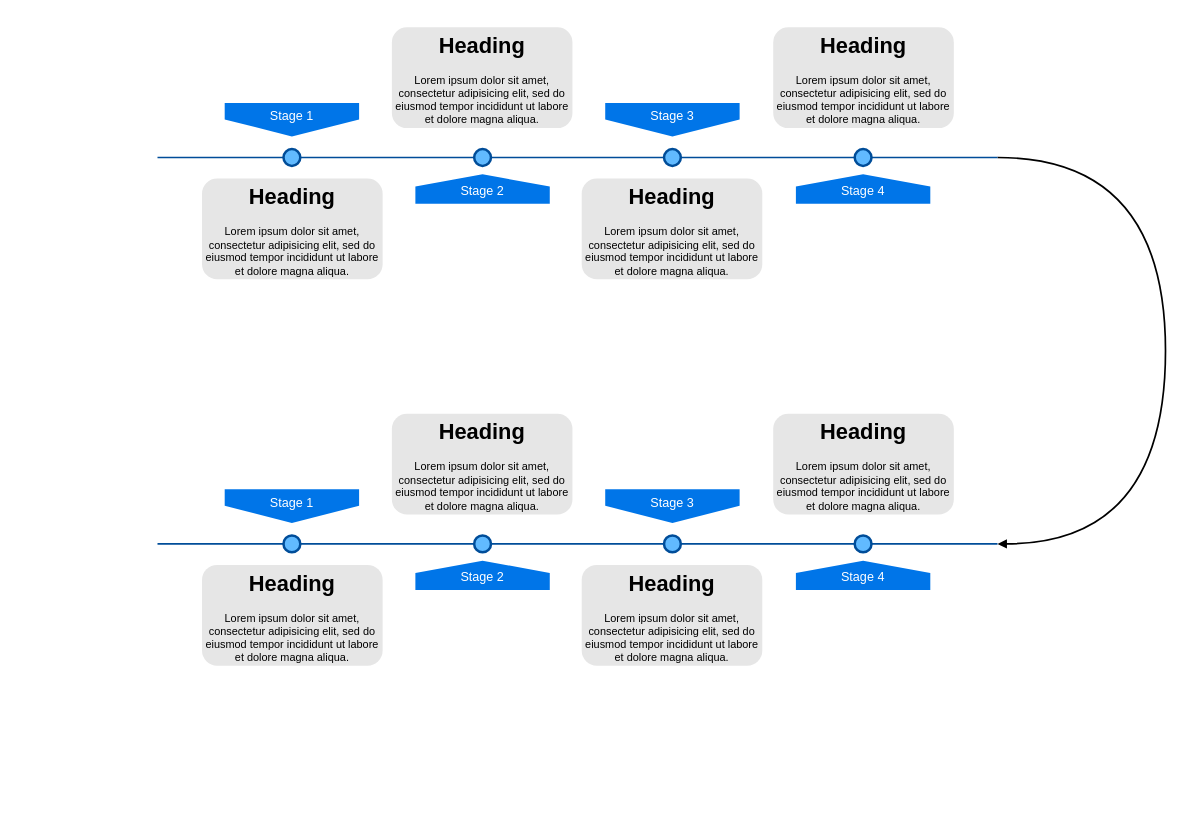
Above: Time-series analysis development.drawio in noinget/wuhan2020 (draw.io), before the change. Source tidied: cells renumbered, new cells numbered last; positions are measured from the earlier drawing's top-left corner, leaving out a move shared by most shapes. Both pictures are drawn from the tidied source at 84%, with x=0, y=0 at pixel (157, 27).
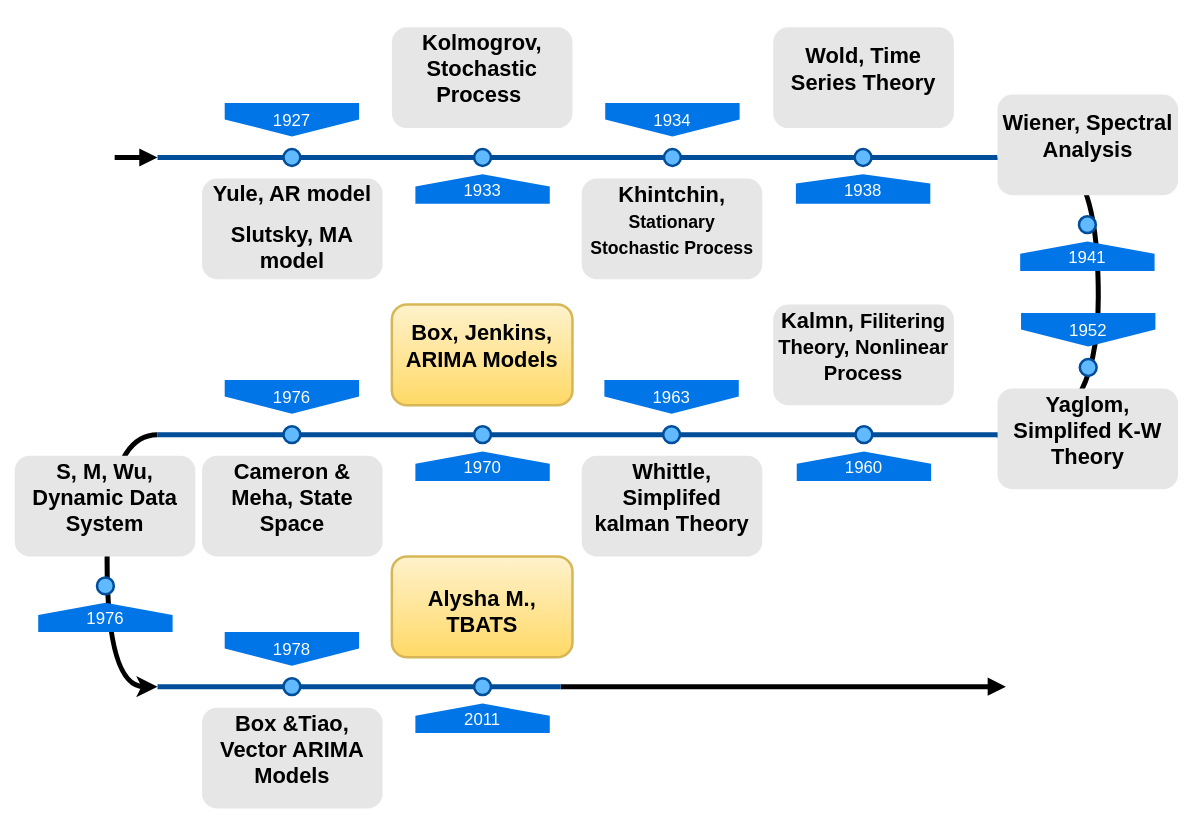
The same page after the edit.

Diff of the diagram source:
```diff
@@
-    <mxCell id="2" style="edgeStyle=orthogonalEdgeStyle;rounded=0;jettySize=auto;html=1;entryX=1;entryY=0.5;entryDx=0;entryDy=0;entryPerimeter=0;exitX=1;exitY=0.5;exitDx=0;exitDy=0;exitPerimeter=0;curved=1;endArrow=block;endFill=1;strokeWidth=2;" parent="1" edge="1" source="3" target="16">
+    <mxCell id="2" style="edgeStyle=orthogonalEdgeStyle;rounded=0;jettySize=auto;html=1;entryX=0.994;entryY=0.538;entryDx=0;entryDy=0;entryPerimeter=0;exitX=1;exitY=0.5;exitDx=0;exitDy=0;exitPerimeter=0;curved=1;endArrow=block;endFill=1;strokeWidth=6;verticalAlign=middle;" parent="1" edge="1" source="3" target="16">
       <mxGeometry relative="1" as="geometry">
         <Array as="points">
-          <mxPoint x="1200" y="155" />
-          <mxPoint x="1200" y="615" />
+          <mxPoint x="1000" y="156" />
+          <mxPoint x="1120" y="156" />
+          <mxPoint x="1120" y="485" />
         </Array>
       </mxGeometry>
     </mxCell>
+    <mxCell id="29" style="edgeStyle=orthogonalEdgeStyle;curved=1;rounded=0;jettySize=auto;html=1;strokeWidth=6;fontSize=20;fontColor=#FFFFFF;startArrow=block;startFill=1;endArrow=none;endFill=0;verticalAlign=middle;" parent="1" edge="1" source="3">
+      <mxGeometry relative="1" as="geometry">
+        <mxPoint x="-51" y="155" as="targetPoint" />
+      </mxGeometry>
+    </mxCell>
-    <mxCell id="3" style="line;strokeWidth=2;html=1;fillColor=none;fontSize=28;fontColor=#004D99;strokeColor=#004D99;" parent="1" vertex="1">
+    <mxCell id="3" style="line;strokeWidth=6;html=1;fillColor=none;fontSize=28;fontColor=#004D99;strokeColor=#004D99;verticalAlign=middle;" parent="1" vertex="1">
       <mxGeometry y="150" width="1000" height="10" as="geometry" />
     </mxCell>
-    <mxCell id="4" value="Stage 1" style="shape=offPageConnector;whiteSpace=wrap;html=1;fillColor=#0075E8;fontSize=15;fontColor=#FFFFFF;size=0.5093750000000015;verticalAlign=top;strokeColor=none;" parent="1" vertex="1">
+    <mxCell id="4" value="1927" style="shape=offPageConnector;whiteSpace=wrap;html=1;fillColor=#0075E8;fontSize=20;fontColor=#FFFFFF;size=0.5093750000000015;verticalAlign=middle;strokeColor=none;" parent="1" vertex="1">
       <mxGeometry x="80" y="90" width="160" height="40" as="geometry" />
     </mxCell>
-    <mxCell id="5" value="&lt;span&gt;Stage 3&lt;/span&gt;" style="shape=offPageConnector;whiteSpace=wrap;html=1;fillColor=#0075E8;fontSize=15;fontColor=#FFFFFF;size=0.5093750000000015;verticalAlign=top;strokeColor=none;" parent="1" vertex="1">
+    <mxCell id="5" value="&lt;span&gt;1934&lt;/span&gt;" style="shape=offPageConnector;whiteSpace=wrap;html=1;fillColor=#0075E8;fontSize=20;fontColor=#FFFFFF;size=0.5093750000000015;verticalAlign=middle;strokeColor=none;" parent="1" vertex="1">
       <mxGeometry x="533" y="90" width="160" height="40" as="geometry" />
     </mxCell>
-    <mxCell id="6" value="&lt;span&gt;Stage 2&lt;/span&gt;" style="shape=offPageConnector;whiteSpace=wrap;html=1;fillColor=#0075E8;fontSize=15;fontColor=#FFFFFF;size=0.4178571428571445;flipV=1;verticalAlign=bottom;strokeColor=none;spacingBottom=4;" parent="1" vertex="1">
+    <mxCell id="6" value="1933" style="shape=offPageConnector;whiteSpace=wrap;html=1;fillColor=#0075E8;fontSize=20;fontColor=#FFFFFF;size=0.4178571428571445;flipV=1;verticalAlign=middle;strokeColor=none;" parent="1" vertex="1">
       <mxGeometry x="307" y="175" width="160" height="35" as="geometry" />
     </mxCell>
-    <mxCell id="7" value="&lt;span&gt;Stage 4&lt;/span&gt;" style="shape=offPageConnector;whiteSpace=wrap;html=1;fillColor=#0075E8;fontSize=15;fontColor=#FFFFFF;size=0.4178571428571445;flipV=1;verticalAlign=bottom;strokeColor=none;spacingBottom=4;" parent="1" vertex="1">
+    <mxCell id="7" value="&lt;span&gt;1938&lt;/span&gt;" style="shape=offPageConnector;whiteSpace=wrap;html=1;fillColor=#0075E8;fontSize=20;fontColor=#FFFFFF;size=0.31601824079241236;flipV=1;verticalAlign=middle;strokeColor=none;" parent="1" vertex="1">
       <mxGeometry x="760" y="175" width="160" height="35" as="geometry" />
     </mxCell>
-    <mxCell id="8" style="ellipse;whiteSpace=wrap;html=1;fillColor=#61BAFF;fontSize=28;fontColor=#004D99;strokeWidth=3;strokeColor=#004D99;" parent="1" vertex="1">
+    <mxCell id="8" style="ellipse;whiteSpace=wrap;html=1;fillColor=#61BAFF;fontSize=28;fontColor=#004D99;strokeWidth=3;strokeColor=#004D99;verticalAlign=middle;" parent="1" vertex="1">
       <mxGeometry x="150" y="145" width="20" height="20" as="geometry" />
     </mxCell>
-    <mxCell id="9" style="ellipse;whiteSpace=wrap;html=1;fillColor=#61BAFF;fontSize=28;fontColor=#004D99;strokeWidth=3;strokeColor=#004D99;" parent="1" vertex="1">
+    <mxCell id="9" style="ellipse;whiteSpace=wrap;html=1;fillColor=#61BAFF;fontSize=28;fontColor=#004D99;strokeWidth=3;strokeColor=#004D99;verticalAlign=middle;" parent="1" vertex="1">
       <mxGeometry x="377" y="145" width="20" height="20" as="geometry" />
     </mxCell>
-    <mxCell id="10" style="ellipse;whiteSpace=wrap;html=1;fillColor=#61BAFF;fontSize=28;fontColor=#004D99;strokeWidth=3;strokeColor=#004D99;" parent="1" vertex="1">
+    <mxCell id="10" style="ellipse;whiteSpace=wrap;html=1;fillColor=#61BAFF;fontSize=28;fontColor=#004D99;strokeWidth=3;strokeColor=#004D99;verticalAlign=middle;" parent="1" vertex="1">
       <mxGeometry x="603" y="145" width="20" height="20" as="geometry" />
     </mxCell>
-    <mxCell id="11" style="ellipse;whiteSpace=wrap;html=1;fillColor=#61BAFF;fontSize=28;fontColor=#004D99;strokeWidth=3;strokeColor=#004D99;" parent="1" vertex="1">
+    <mxCell id="11" style="ellipse;whiteSpace=wrap;html=1;fillColor=#61BAFF;fontSize=28;fontColor=#004D99;strokeWidth=3;strokeColor=#004D99;verticalAlign=middle;" parent="1" vertex="1">
       <mxGeometry x="830" y="145" width="20" height="20" as="geometry" />
     </mxCell>
-    <mxCell id="12" value="&lt;h1&gt;Heading&lt;/h1&gt;&lt;p&gt;Lorem ipsum dolor sit amet, consectetur adipisicing elit, sed do eiusmod tempor incididunt ut labore et dolore magna aliqua.&lt;/p&gt;" style="text;html=1;spacing=5;spacingTop=-20;whiteSpace=wrap;overflow=hidden;strokeColor=none;strokeWidth=3;fillColor=#E6E6E6;fontSize=13;fontColor=#000000;align=center;rounded=1;" parent="1" vertex="1">
+    <mxCell id="12" value="&lt;h1&gt;Yule, AR model&lt;/h1&gt;&lt;h1&gt;Slutsky, MA model&lt;/h1&gt;" style="text;html=1;spacing=5;spacingTop=-20;whiteSpace=wrap;overflow=hidden;strokeColor=none;strokeWidth=3;fillColor=#E6E6E6;fontSize=13;fontColor=#000000;align=center;rounded=1;verticalAlign=middle;" parent="1" vertex="1">
       <mxGeometry x="53" y="180" width="215" height="120" as="geometry" />
     </mxCell>
-    <mxCell id="13" value="&lt;h1&gt;Heading&lt;/h1&gt;&lt;p&gt;Lorem ipsum dolor sit amet, consectetur adipisicing elit, sed do eiusmod tempor incididunt ut labore et dolore magna aliqua.&lt;/p&gt;" style="text;html=1;spacing=5;spacingTop=-20;whiteSpace=wrap;overflow=hidden;strokeColor=none;strokeWidth=3;fillColor=#E6E6E6;fontSize=13;fontColor=#000000;align=center;rounded=1;" parent="1" vertex="1">
+    <mxCell id="13" value="&lt;h1&gt;Kolmogrov, Stochastic Process&amp;nbsp;&lt;/h1&gt;" style="text;html=1;spacing=5;spacingTop=-20;whiteSpace=wrap;overflow=hidden;strokeColor=none;strokeWidth=3;fillColor=#E6E6E6;fontSize=13;fontColor=#000000;align=center;rounded=1;verticalAlign=middle;" parent="1" vertex="1">
       <mxGeometry x="279" width="215" height="120" as="geometry" />
     </mxCell>
-    <mxCell id="14" value="&lt;h1&gt;Heading&lt;/h1&gt;&lt;p&gt;Lorem ipsum dolor sit amet, consectetur adipisicing elit, sed do eiusmod tempor incididunt ut labore et dolore magna aliqua.&lt;/p&gt;" style="text;html=1;spacing=5;spacingTop=-20;whiteSpace=wrap;overflow=hidden;strokeColor=none;strokeWidth=3;fillColor=#E6E6E6;fontSize=13;fontColor=#000000;align=center;rounded=1;" parent="1" vertex="1">
+    <mxCell id="14" value="&lt;h1&gt;Khintchin, &lt;font style=&quot;font-size: 21px&quot;&gt;Stationary Stochastic Process&lt;/font&gt;&lt;/h1&gt;" style="text;html=1;spacing=5;spacingTop=-20;whiteSpace=wrap;overflow=hidden;strokeColor=none;strokeWidth=3;fillColor=#E6E6E6;fontSize=13;fontColor=#000000;align=center;rounded=1;verticalAlign=middle;" parent="1" vertex="1">
       <mxGeometry x="505" y="180" width="215" height="120" as="geometry" />
     </mxCell>
-    <mxCell id="15" value="&lt;h1&gt;Heading&lt;/h1&gt;&lt;p&gt;Lorem ipsum dolor sit amet, consectetur adipisicing elit, sed do eiusmod tempor incididunt ut labore et dolore magna aliqua.&lt;/p&gt;" style="text;html=1;spacing=5;spacingTop=-20;whiteSpace=wrap;overflow=hidden;strokeColor=none;strokeWidth=3;fillColor=#E6E6E6;fontSize=13;fontColor=#000000;align=center;rounded=1;" parent="1" vertex="1">
+    <mxCell id="15" value="&lt;h1&gt;Wold, Time Series Theory&lt;/h1&gt;" style="text;html=1;spacing=5;spacingTop=-20;whiteSpace=wrap;overflow=hidden;strokeColor=none;strokeWidth=3;fillColor=#E6E6E6;fontSize=13;fontColor=#000000;align=center;rounded=1;verticalAlign=middle;" parent="1" vertex="1">
       <mxGeometry x="733" width="215" height="120" as="geometry" />
     </mxCell>
+    <mxCell id="30" style="edgeStyle=orthogonalEdgeStyle;rounded=0;jettySize=auto;html=1;entryX=0;entryY=0.5;entryDx=0;entryDy=0;entryPerimeter=0;strokeWidth=6;fontSize=20;fontColor=#FFFFFF;curved=1;exitX=0;exitY=0.5;exitDx=0;exitDy=0;exitPerimeter=0;verticalAlign=middle;" parent="1" edge="1" source="16" target="38">
+      <mxGeometry relative="1" as="geometry">
+        <Array as="points">
+          <mxPoint x="-60" y="485" />
+          <mxPoint x="-60" y="785" />
+        </Array>
+      </mxGeometry>
+    </mxCell>
-    <mxCell id="16" style="line;strokeWidth=2;html=1;fillColor=none;fontSize=28;fontColor=#004D99;strokeColor=#004D99;" parent="1" vertex="1">
-      <mxGeometry y="610" width="1000" height="10" as="geometry" />
+    <mxCell id="16" style="line;strokeWidth=6;html=1;fillColor=none;fontSize=28;fontColor=#004D99;strokeColor=#004D99;verticalAlign=middle;" parent="1" vertex="1">
+      <mxGeometry y="480" width="1000" height="10" as="geometry" />
     </mxCell>
-    <mxCell id="17" value="Stage 1" style="shape=offPageConnector;whiteSpace=wrap;html=1;fillColor=#0075E8;fontSize=15;fontColor=#FFFFFF;size=0.5093750000000015;verticalAlign=top;strokeColor=none;" parent="1" vertex="1">
-      <mxGeometry x="80" y="550" width="160" height="40" as="geometry" />
+    <mxCell id="17" value="1963" style="shape=offPageConnector;whiteSpace=wrap;html=1;fillColor=#0075E8;fontSize=20;fontColor=#FFFFFF;size=0.5093750000000015;verticalAlign=middle;strokeColor=none;" parent="1" vertex="1">
+      <mxGeometry x="532" y="420" width="160" height="40" as="geometry" />
     </mxCell>
-    <mxCell id="18" value="&lt;span&gt;Stage 3&lt;/span&gt;" style="shape=offPageConnector;whiteSpace=wrap;html=1;fillColor=#0075E8;fontSize=15;fontColor=#FFFFFF;size=0.5093750000000015;verticalAlign=top;strokeColor=none;" parent="1" vertex="1">
-      <mxGeometry x="533" y="550" width="160" height="40" as="geometry" />
+    <mxCell id="18" value="&lt;span&gt;1952&lt;/span&gt;" style="shape=offPageConnector;whiteSpace=wrap;html=1;fillColor=#0075E8;fontSize=20;fontColor=#FFFFFF;size=0.5093750000000015;verticalAlign=middle;strokeColor=none;" parent="1" vertex="1">
+      <mxGeometry x="1028" y="340" width="160" height="40" as="geometry" />
     </mxCell>
-    <mxCell id="19" value="&lt;span&gt;Stage 2&lt;/span&gt;" style="shape=offPageConnector;whiteSpace=wrap;html=1;fillColor=#0075E8;fontSize=15;fontColor=#FFFFFF;size=0.4178571428571445;flipV=1;verticalAlign=bottom;strokeColor=none;spacingBottom=4;" parent="1" vertex="1">
-      <mxGeometry x="307" y="635" width="160" height="35" as="geometry" />
+    <mxCell id="19" value="1960" style="shape=offPageConnector;whiteSpace=wrap;html=1;fillColor=#0075E8;fontSize=20;fontColor=#FFFFFF;size=0.4178571428571445;flipV=1;verticalAlign=middle;strokeColor=none;" parent="1" vertex="1">
+      <mxGeometry x="761" y="505" width="160" height="35" as="geometry" />
     </mxCell>
-    <mxCell id="20" value="&lt;span&gt;Stage 4&lt;/span&gt;" style="shape=offPageConnector;whiteSpace=wrap;html=1;fillColor=#0075E8;fontSize=15;fontColor=#FFFFFF;size=0.4178571428571445;flipV=1;verticalAlign=bottom;strokeColor=none;spacingBottom=4;" parent="1" vertex="1">
-      <mxGeometry x="760" y="635" width="160" height="35" as="geometry" />
+    <mxCell id="20" value="&lt;span&gt;1941&lt;/span&gt;" style="shape=offPageConnector;whiteSpace=wrap;html=1;fillColor=#0075E8;fontSize=20;fontColor=#FFFFFF;size=0.4178571428571445;flipV=1;verticalAlign=middle;strokeColor=none;" parent="1" vertex="1">
+      <mxGeometry x="1027" y="255" width="160" height="35" as="geometry" />
     </mxCell>
-    <mxCell id="21" style="ellipse;whiteSpace=wrap;html=1;fillColor=#61BAFF;fontSize=28;fontColor=#004D99;strokeWidth=3;strokeColor=#004D99;" parent="1" vertex="1">
-      <mxGeometry x="150" y="605" width="20" height="20" as="geometry" />
+    <mxCell id="21" style="ellipse;whiteSpace=wrap;html=1;fillColor=#61BAFF;fontSize=28;fontColor=#004D99;strokeWidth=3;strokeColor=#004D99;verticalAlign=middle;" parent="1" vertex="1">
+      <mxGeometry x="602" y="475" width="20" height="20" as="geometry" />
     </mxCell>
-    <mxCell id="22" style="ellipse;whiteSpace=wrap;html=1;fillColor=#61BAFF;fontSize=28;fontColor=#004D99;strokeWidth=3;strokeColor=#004D99;" parent="1" vertex="1">
-      <mxGeometry x="377" y="605" width="20" height="20" as="geometry" />
+    <mxCell id="22" style="ellipse;whiteSpace=wrap;html=1;fillColor=#61BAFF;fontSize=28;fontColor=#004D99;strokeWidth=3;strokeColor=#004D99;verticalAlign=middle;" parent="1" vertex="1">
+      <mxGeometry x="831" y="475" width="20" height="20" as="geometry" />
     </mxCell>
-    <mxCell id="23" style="ellipse;whiteSpace=wrap;html=1;fillColor=#61BAFF;fontSize=28;fontColor=#004D99;strokeWidth=3;strokeColor=#004D99;" parent="1" vertex="1">
-      <mxGeometry x="603" y="605" width="20" height="20" as="geometry" />
+    <mxCell id="23" style="ellipse;whiteSpace=wrap;html=1;fillColor=#61BAFF;fontSize=28;fontColor=#004D99;strokeWidth=3;strokeColor=#004D99;verticalAlign=middle;" parent="1" vertex="1">
+      <mxGeometry x="1098" y="395" width="20" height="20" as="geometry" />
     </mxCell>
-    <mxCell id="24" style="ellipse;whiteSpace=wrap;html=1;fillColor=#61BAFF;fontSize=28;fontColor=#004D99;strokeWidth=3;strokeColor=#004D99;" parent="1" vertex="1">
-      <mxGeometry x="830" y="605" width="20" height="20" as="geometry" />
+    <mxCell id="24" style="ellipse;whiteSpace=wrap;html=1;fillColor=#61BAFF;fontSize=28;fontColor=#004D99;strokeWidth=3;strokeColor=#004D99;verticalAlign=middle;" parent="1" vertex="1">
+      <mxGeometry x="1097" y="225" width="20" height="20" as="geometry" />
     </mxCell>
-    <mxCell id="25" value="&lt;h1&gt;Heading&lt;/h1&gt;&lt;p&gt;Lorem ipsum dolor sit amet, consectetur adipisicing elit, sed do eiusmod tempor incididunt ut labore et dolore magna aliqua.&lt;/p&gt;" style="text;html=1;spacing=5;spacingTop=-20;whiteSpace=wrap;overflow=hidden;strokeColor=none;strokeWidth=3;fillColor=#E6E6E6;fontSize=13;fontColor=#000000;align=center;rounded=1;" parent="1" vertex="1">
-      <mxGeometry x="53" y="640" width="215" height="120" as="geometry" />
+    <mxCell id="25" value="&lt;h1&gt;Whittle, Simplifed kalman Theory&lt;/h1&gt;" style="text;html=1;spacing=5;spacingTop=-20;whiteSpace=wrap;overflow=hidden;strokeColor=none;strokeWidth=3;fillColor=#E6E6E6;fontSize=13;fontColor=#000000;align=center;rounded=1;verticalAlign=middle;" parent="1" vertex="1">
+      <mxGeometry x="505" y="510" width="215" height="120" as="geometry" />
     </mxCell>
-    <mxCell id="26" value="&lt;h1&gt;Heading&lt;/h1&gt;&lt;p&gt;Lorem ipsum dolor sit amet, consectetur adipisicing elit, sed do eiusmod tempor incididunt ut labore et dolore magna aliqua.&lt;/p&gt;" style="text;html=1;spacing=5;spacingTop=-20;whiteSpace=wrap;overflow=hidden;strokeColor=none;strokeWidth=3;fillColor=#E6E6E6;fontSize=13;fontColor=#000000;align=center;rounded=1;" parent="1" vertex="1">
-      <mxGeometry x="279" y="460" width="215" height="120" as="geometry" />
+    <mxCell id="26" value="&lt;h1&gt;Kalmn, &lt;font style=&quot;font-size: 24px&quot;&gt;Filitering Theory, Nonlinear Process&lt;/font&gt;&lt;/h1&gt;" style="text;html=1;spacing=5;spacingTop=-20;whiteSpace=wrap;overflow=hidden;strokeColor=none;strokeWidth=3;fillColor=#E6E6E6;fontSize=13;fontColor=#000000;align=center;rounded=1;verticalAlign=bottom;" parent="1" vertex="1">
+      <mxGeometry x="733" y="330" width="215" height="120" as="geometry" />
     </mxCell>
-    <mxCell id="27" value="&lt;h1&gt;Heading&lt;/h1&gt;&lt;p&gt;Lorem ipsum dolor sit amet, consectetur adipisicing elit, sed do eiusmod tempor incididunt ut labore et dolore magna aliqua.&lt;/p&gt;" style="text;html=1;spacing=5;spacingTop=-20;whiteSpace=wrap;overflow=hidden;strokeColor=none;strokeWidth=3;fillColor=#E6E6E6;fontSize=13;fontColor=#000000;align=center;rounded=1;" parent="1" vertex="1">
-      <mxGeometry x="505" y="640" width="215" height="120" as="geometry" />
+    <mxCell id="27" value="&lt;h1&gt;Yaglom, Simplifed K-W Theory&lt;/h1&gt;" style="text;html=1;spacing=5;spacingTop=-20;whiteSpace=wrap;overflow=hidden;strokeColor=none;strokeWidth=3;fillColor=#E6E6E6;fontSize=13;fontColor=#000000;align=center;rounded=1;verticalAlign=middle;" parent="1" vertex="1">
+      <mxGeometry x="1000" y="430" width="215" height="120" as="geometry" />
     </mxCell>
-    <mxCell id="28" value="&lt;h1&gt;Heading&lt;/h1&gt;&lt;p&gt;Lorem ipsum dolor sit amet, consectetur adipisicing elit, sed do eiusmod tempor incididunt ut labore et dolore magna aliqua.&lt;/p&gt;" style="text;html=1;spacing=5;spacingTop=-20;whiteSpace=wrap;overflow=hidden;strokeColor=none;strokeWidth=3;fillColor=#E6E6E6;fontSize=13;fontColor=#000000;align=center;rounded=1;" parent="1" vertex="1">
-      <mxGeometry x="733" y="460" width="215" height="120" as="geometry" />
+    <mxCell id="28" value="&lt;h1&gt;Wiener, Spectral Analysis&lt;/h1&gt;" style="text;html=1;spacing=5;spacingTop=-20;whiteSpace=wrap;overflow=hidden;strokeColor=none;strokeWidth=3;fillColor=#E6E6E6;fontSize=13;fontColor=#000000;align=center;rounded=1;verticalAlign=middle;" parent="1" vertex="1">
+      <mxGeometry x="1000" y="80" width="215" height="120" as="geometry" />
     </mxCell>
+    <mxCell id="31" value="&lt;h1&gt;Box, Jenkins, ARIMA Models&lt;/h1&gt;" style="text;html=1;spacing=5;spacingTop=-20;whiteSpace=wrap;overflow=hidden;strokeWidth=3;fillColor=#fff2cc;fontSize=13;align=center;rounded=1;strokeColor=#d6b656;gradientColor=#ffd966;verticalAlign=middle;" parent="1" vertex="1">
+      <mxGeometry x="279" y="330" width="215" height="120" as="geometry" />
+    </mxCell>
+    <mxCell id="32" style="ellipse;whiteSpace=wrap;html=1;fillColor=#61BAFF;fontSize=28;fontColor=#004D99;strokeWidth=3;strokeColor=#004D99;verticalAlign=middle;" parent="1" vertex="1">
+      <mxGeometry x="377" y="475" width="20" height="20" as="geometry" />
+    </mxCell>
+    <mxCell id="33" value="1970" style="shape=offPageConnector;whiteSpace=wrap;html=1;fillColor=#0075E8;fontSize=20;fontColor=#FFFFFF;size=0.4178571428571445;flipV=1;verticalAlign=middle;strokeColor=none;" parent="1" vertex="1">
+      <mxGeometry x="307" y="505" width="160" height="35" as="geometry" />
+    </mxCell>
+    <mxCell id="34" value="&lt;h1&gt;Cameron &amp;amp; Meha, State Space&lt;/h1&gt;" style="text;html=1;spacing=5;spacingTop=-20;whiteSpace=wrap;overflow=hidden;strokeColor=none;strokeWidth=3;fillColor=#E6E6E6;fontSize=13;fontColor=#000000;align=center;rounded=1;verticalAlign=bottom;" parent="1" vertex="1">
+      <mxGeometry x="53" y="510" width="215" height="120" as="geometry" />
+    </mxCell>
+    <mxCell id="35" style="ellipse;whiteSpace=wrap;html=1;fillColor=#61BAFF;fontSize=28;fontColor=#004D99;strokeWidth=3;strokeColor=#004D99;verticalAlign=middle;" parent="1" vertex="1">
+      <mxGeometry x="150" y="475" width="20" height="20" as="geometry" />
+    </mxCell>
+    <mxCell id="36" value="1976" style="shape=offPageConnector;whiteSpace=wrap;html=1;fillColor=#0075E8;fontSize=20;fontColor=#FFFFFF;size=0.5093750000000015;verticalAlign=middle;strokeColor=none;" parent="1" vertex="1">
+      <mxGeometry x="80" y="420" width="160" height="40" as="geometry" />
+    </mxCell>
+    <mxCell id="37" style="edgeStyle=orthogonalEdgeStyle;curved=1;rounded=0;jettySize=auto;html=1;startArrow=none;startFill=0;endArrow=block;endFill=1;strokeWidth=6;fontSize=20;fontColor=#FFFFFF;verticalAlign=middle;" parent="1" edge="1" source="38">
+      <mxGeometry relative="1" as="geometry">
+        <mxPoint x="1010" y="785" as="targetPoint" />
+      </mxGeometry>
+    </mxCell>
+    <mxCell id="38" style="line;strokeWidth=6;html=1;fillColor=none;fontSize=28;fontColor=#004D99;strokeColor=#004D99;verticalAlign=middle;" parent="1" vertex="1">
+      <mxGeometry y="780" width="480" height="10" as="geometry" />
+    </mxCell>
+    <mxCell id="39" value="&lt;h1&gt;S, M, Wu, Dynamic Data System&lt;/h1&gt;" style="text;html=1;spacing=5;spacingTop=-20;whiteSpace=wrap;overflow=hidden;strokeColor=none;strokeWidth=3;fillColor=#E6E6E6;fontSize=13;fontColor=#000000;align=center;rounded=1;verticalAlign=middle;" parent="1" vertex="1">
+      <mxGeometry x="-170" y="510" width="215" height="120" as="geometry" />
+    </mxCell>
+    <mxCell id="40" style="ellipse;whiteSpace=wrap;html=1;fillColor=#61BAFF;fontSize=28;fontColor=#004D99;strokeWidth=3;strokeColor=#004D99;verticalAlign=middle;" parent="1" vertex="1">
+      <mxGeometry x="-72" y="655" width="20" height="20" as="geometry" />
+    </mxCell>
+    <mxCell id="41" value="1976" style="shape=offPageConnector;whiteSpace=wrap;html=1;fillColor=#0075E8;fontSize=20;fontColor=#FFFFFF;size=0.4178571428571445;flipV=1;verticalAlign=middle;strokeColor=none;" parent="1" vertex="1">
+      <mxGeometry x="-142" y="685" width="160" height="35" as="geometry" />
+    </mxCell>
+    <mxCell id="42" value="&lt;h1&gt;Box &amp;amp;Tiao, Vector ARIMA Models&lt;/h1&gt;" style="text;html=1;spacing=5;spacingTop=-20;whiteSpace=wrap;overflow=hidden;strokeColor=none;strokeWidth=3;fillColor=#E6E6E6;fontSize=13;fontColor=#000000;align=center;rounded=1;verticalAlign=middle;" parent="1" vertex="1">
+      <mxGeometry x="53" y="810" width="215" height="120" as="geometry" />
+    </mxCell>
+    <mxCell id="43" style="ellipse;whiteSpace=wrap;html=1;fillColor=#61BAFF;fontSize=28;fontColor=#004D99;strokeWidth=3;strokeColor=#004D99;verticalAlign=middle;" parent="1" vertex="1">
+      <mxGeometry x="150" y="775" width="20" height="20" as="geometry" />
+    </mxCell>
+    <mxCell id="44" value="1978" style="shape=offPageConnector;whiteSpace=wrap;html=1;fillColor=#0075E8;fontSize=20;fontColor=#FFFFFF;size=0.5093750000000015;verticalAlign=middle;strokeColor=none;" parent="1" vertex="1">
+      <mxGeometry x="80" y="720" width="160" height="40" as="geometry" />
+    </mxCell>
+    <mxCell id="45" value="&lt;h1&gt;Alysha M., TBATS&lt;br&gt;&lt;/h1&gt;" style="text;html=1;spacing=5;spacingTop=-20;whiteSpace=wrap;overflow=hidden;strokeWidth=3;fillColor=#fff2cc;fontSize=13;align=center;rounded=1;strokeColor=#d6b656;gradientColor=#ffd966;verticalAlign=bottom;" parent="1" vertex="1">
+      <mxGeometry x="279" y="630" width="215" height="120" as="geometry" />
+    </mxCell>
+    <mxCell id="46" style="ellipse;whiteSpace=wrap;html=1;fillColor=#61BAFF;fontSize=28;fontColor=#004D99;strokeWidth=3;strokeColor=#004D99;verticalAlign=middle;" parent="1" vertex="1">
+      <mxGeometry x="377" y="775" width="20" height="20" as="geometry" />
+    </mxCell>
+    <mxCell id="47" value="2011" style="shape=offPageConnector;whiteSpace=wrap;html=1;fillColor=#0075E8;fontSize=20;fontColor=#FFFFFF;size=0.4178571428571445;flipV=1;verticalAlign=middle;strokeColor=none;" parent="1" vertex="1">
+      <mxGeometry x="307" y="805" width="160" height="35" as="geometry" />
+    </mxCell>
```
